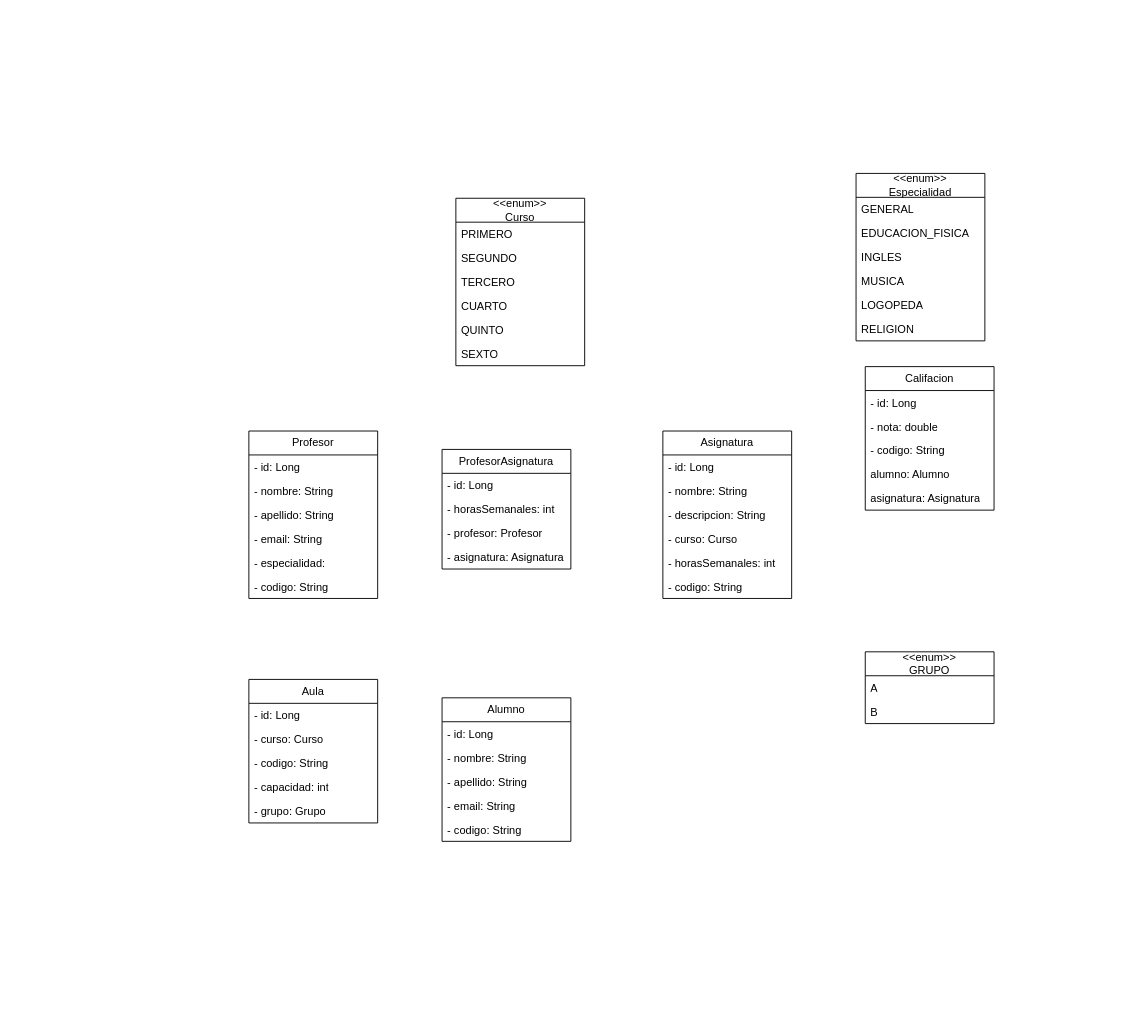
This is UML.drawio from guille463/AulaNet, a draw.io file, before an edit. Source tidied: cells renumbered, new cells numbered last; positions are measured from the earlier drawing's top-left corner, leaving out a move shared by most shapes. Both pictures are drawn from the tidied source at 92%, with x=0, y=0 at pixel (248, 173).
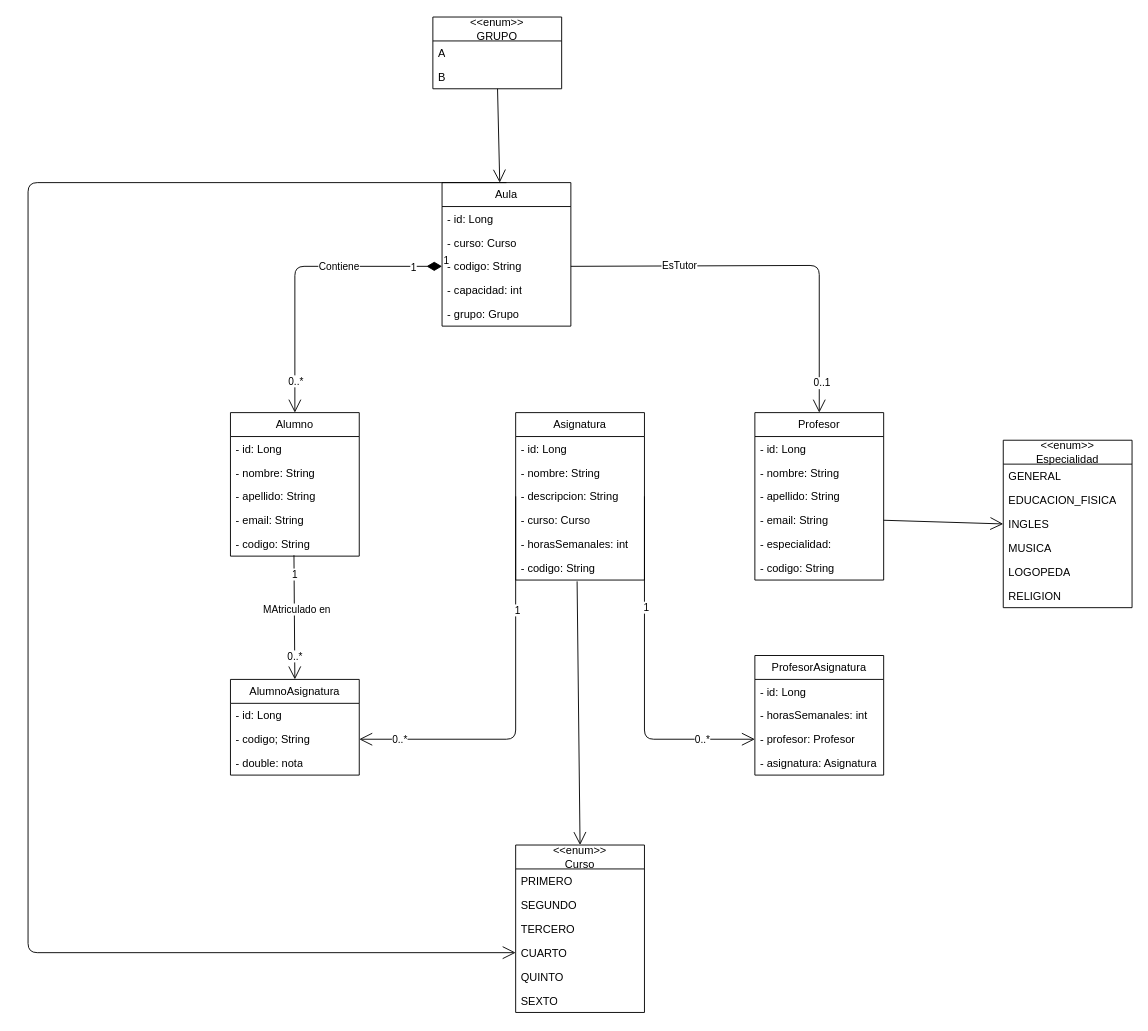
Above is the later version.

Commit message (it also covers changes not shown here):
refact: UML

The change refers to these unchanged cells:
```xml
<mxCell id="7" value="&lt;span style=&quot;color: rgb(0, 0, 0);&quot;&gt;- codigo: String&lt;/span&gt;" style="text;strokeColor=none;fillColor=none;align=left;verticalAlign=top;spacingLeft=4;spacingRight=4;overflow=hidden;points=[[0,0.5],[1,0.5]];portConstraint=eastwest;whiteSpace=wrap;html=1;" parent="2" vertex="1">
  <mxGeometry y="130" width="140" height="26" as="geometry" />
</mxCell>
<mxCell id="12" value="- email: String" style="text;strokeColor=none;fillColor=none;align=left;verticalAlign=top;spacingLeft=4;spacingRight=4;overflow=hidden;points=[[0,0.5],[1,0.5]];portConstraint=eastwest;whiteSpace=wrap;html=1;" parent="8" vertex="1">
  <mxGeometry y="104" width="140" height="26" as="geometry" />
</mxCell>
<mxCell id="18" value="- descripcion: String" style="text;strokeColor=none;fillColor=none;align=left;verticalAlign=top;spacingLeft=4;spacingRight=4;overflow=hidden;points=[[0,0.5],[1,0.5]];portConstraint=eastwest;whiteSpace=wrap;html=1;" parent="15" vertex="1">
  <mxGeometry y="78" width="140" height="26" as="geometry" />
</mxCell>
<mxCell id="21" value="&lt;span style=&quot;color: rgb(0, 0, 0);&quot;&gt;- codigo: String&lt;/span&gt;" style="text;strokeColor=none;fillColor=none;align=left;verticalAlign=top;spacingLeft=4;spacingRight=4;overflow=hidden;points=[[0,0.5],[1,0.5]];portConstraint=eastwest;whiteSpace=wrap;html=1;" parent="15" vertex="1">
  <mxGeometry y="156" width="140" height="26" as="geometry" />
</mxCell>
<mxCell id="31" value="- profesor: Profesor" style="text;strokeColor=none;fillColor=none;align=left;verticalAlign=top;spacingLeft=4;spacingRight=4;overflow=hidden;points=[[0,0.5],[1,0.5]];portConstraint=eastwest;whiteSpace=wrap;html=1;" parent="28" vertex="1">
  <mxGeometry y="78" width="140" height="26" as="geometry" />
</mxCell>
<mxCell id="36" value="&lt;span style=&quot;color: rgb(0, 0, 0);&quot;&gt;- codigo: String&lt;/span&gt;" style="text;strokeColor=none;fillColor=none;align=left;verticalAlign=top;spacingLeft=4;spacingRight=4;overflow=hidden;points=[[0,0.5],[1,0.5]];portConstraint=eastwest;whiteSpace=wrap;html=1;" parent="33" vertex="1">
  <mxGeometry y="78" width="140" height="26" as="geometry" />
</mxCell>
<mxCell id="42" value="INGLES           " style="text;strokeColor=none;fillColor=none;align=left;verticalAlign=top;spacingLeft=4;spacingRight=4;overflow=hidden;points=[[0,0.5],[1,0.5]];portConstraint=eastwest;whiteSpace=wrap;html=1;" parent="39" vertex="1">
  <mxGeometry y="78" width="140" height="26" as="geometry" />
</mxCell>
<mxCell id="50" value="CUARTO                      " style="text;strokeColor=none;fillColor=none;align=left;verticalAlign=top;spacingLeft=4;spacingRight=4;overflow=hidden;points=[[0,0.5],[1,0.5]];portConstraint=eastwest;whiteSpace=wrap;html=1;" parent="46" vertex="1">
  <mxGeometry y="104" width="140" height="26" as="geometry" />
</mxCell>
<mxCell id="55" value="B                           " style="text;strokeColor=none;fillColor=none;align=left;verticalAlign=top;spacingLeft=4;spacingRight=4;overflow=hidden;points=[[0,0.5],[1,0.5]];portConstraint=eastwest;whiteSpace=wrap;html=1;" parent="53" vertex="1">
  <mxGeometry y="52" width="140" height="26" as="geometry" />
</mxCell>
```

Change to the diagram source:
```diff
@@
     <mxCell id="2" value="Alumno" style="swimlane;fontStyle=0;horizontal=1;startSize=26;fillColor=none;whiteSpace=wrap;html=1;" parent="1" vertex="1">
-      <mxGeometry x="210" y="570" width="140" height="156" as="geometry" />
+      <mxGeometry x="-20" y="260" width="140" height="156" as="geometry" />
     </mxCell>
@@
     <mxCell id="8" value="Profesor" style="swimlane;fontStyle=0;horizontal=1;startSize=26;fillColor=none;whiteSpace=wrap;html=1;" parent="1" vertex="1">
-      <mxGeometry y="280" width="140" height="182" as="geometry" />
+      <mxGeometry x="550" y="260" width="140" height="182" as="geometry" />
     </mxCell>
@@
     <mxCell id="15" value="Asignatura" style="swimlane;fontStyle=0;horizontal=1;startSize=26;fillColor=none;whiteSpace=wrap;html=1;" parent="1" vertex="1">
-      <mxGeometry x="450" y="280" width="140" height="182" as="geometry" />
+      <mxGeometry x="290" y="260" width="140" height="182" as="geometry" />
     </mxCell>
@@
-    <mxCell id="22" value="Califacion" style="swimlane;fontStyle=0;horizontal=1;startSize=26;fillColor=none;whiteSpace=wrap;html=1;" parent="1" vertex="1">
-      <mxGeometry x="670" y="210" width="140" height="156" as="geometry" />
-    </mxCell>
-    <mxCell id="23" value="- id: Long" style="text;strokeColor=none;fillColor=none;align=left;verticalAlign=top;spacingLeft=4;spacingRight=4;overflow=hidden;whiteSpace=wrap;html=1;" parent="22" vertex="1">
-      <mxGeometry y="26" width="140" height="26" as="geometry" />
-    </mxCell>
-    <mxCell id="24" value="- nota: double" style="text;strokeColor=none;fillColor=none;align=left;verticalAlign=top;spacingLeft=4;spacingRight=4;overflow=hidden;whiteSpace=wrap;html=1;" parent="22" vertex="1">
-      <mxGeometry y="52" width="140" height="26" as="geometry" />
-    </mxCell>
-    <mxCell id="25" value="&lt;span style=&quot;color: rgb(0, 0, 0);&quot;&gt;- codigo: String&lt;/span&gt;" style="text;strokeColor=none;fillColor=none;align=left;verticalAlign=top;spacingLeft=4;spacingRight=4;overflow=hidden;whiteSpace=wrap;html=1;" parent="22" vertex="1">
-      <mxGeometry y="78" width="140" height="26" as="geometry" />
-    </mxCell>
-    <mxCell id="26" value="&lt;span style=&quot;color: rgb(0, 0, 0);&quot;&gt;alumno: Alumno&lt;/span&gt;" style="text;strokeColor=none;fillColor=none;align=left;verticalAlign=top;spacingLeft=4;spacingRight=4;overflow=hidden;whiteSpace=wrap;html=1;" parent="22" vertex="1">
-      <mxGeometry y="104" width="140" height="26" as="geometry" />
-    </mxCell>
-    <mxCell id="27" value="&lt;span style=&quot;color: rgb(0, 0, 0);&quot;&gt;asignatura: Asignatura&lt;/span&gt;" style="text;strokeColor=none;fillColor=none;align=left;verticalAlign=top;spacingLeft=4;spacingRight=4;overflow=hidden;whiteSpace=wrap;html=1;" parent="22" vertex="1">
-      <mxGeometry y="130" width="140" height="26" as="geometry" />
-    </mxCell>
     <mxCell id="28" value="ProfesorAsignatura" style="swimlane;fontStyle=0;horizontal=1;startSize=26;fillColor=none;whiteSpace=wrap;html=1;" parent="1" vertex="1">
-      <mxGeometry x="210" y="300" width="140" height="130" as="geometry" />
+      <mxGeometry x="550" y="524" width="140" height="130" as="geometry" />
     </mxCell>
@@
     <mxCell id="33" value="Aula" style="swimlane;fontStyle=0;horizontal=1;startSize=26;fillColor=none;whiteSpace=wrap;html=1;" parent="1" vertex="1">
-      <mxGeometry y="550" width="140" height="156" as="geometry" />
+      <mxGeometry x="210" y="10" width="140" height="156" as="geometry" />
     </mxCell>
@@
     <mxCell id="39" value="&amp;lt;&amp;lt;enum&amp;gt;&amp;gt;&lt;div&gt;Especialidad&lt;/div&gt;" style="swimlane;fontStyle=0;horizontal=1;startSize=26;fillColor=none;whiteSpace=wrap;html=1;" parent="1" vertex="1">
-      <mxGeometry x="660" width="140" height="182" as="geometry" />
+      <mxGeometry x="820" y="290" width="140" height="182" as="geometry" />
     </mxCell>
@@
     <mxCell id="46" value="&amp;lt;&amp;lt;enum&amp;gt;&amp;gt;&lt;div&gt;Curso          &lt;/div&gt;" style="swimlane;fontStyle=0;horizontal=1;startSize=26;fillColor=none;whiteSpace=wrap;html=1;" parent="1" vertex="1">
-      <mxGeometry x="225" y="27" width="140" height="182" as="geometry" />
+      <mxGeometry x="290" y="730" width="140" height="182" as="geometry" />
     </mxCell>
@@
     <mxCell id="53" value="&amp;lt;&amp;lt;enum&amp;gt;&amp;gt;&lt;div&gt;GRUPO&lt;/div&gt;" style="swimlane;fontStyle=0;horizontal=1;startSize=26;fillColor=none;whiteSpace=wrap;html=1;" parent="1" vertex="1">
-      <mxGeometry x="670" y="520" width="140" height="78" as="geometry" />
+      <mxGeometry x="200" y="-170" width="140" height="78" as="geometry" />
     </mxCell>
@@
+    <mxCell id="56" value="AlumnoAsignatura" style="swimlane;fontStyle=0;horizontal=1;startSize=26;fillColor=none;whiteSpace=wrap;html=1;" parent="1" vertex="1">
+      <mxGeometry x="-20" y="550" width="140" height="104" as="geometry" />
+    </mxCell>
+    <mxCell id="23" value="- id: Long" style="text;strokeColor=none;fillColor=none;align=left;verticalAlign=top;spacingLeft=4;spacingRight=4;overflow=hidden;whiteSpace=wrap;html=1;" parent="56" vertex="1">
+      <mxGeometry y="26" width="140" height="26" as="geometry" />
+    </mxCell>
+    <mxCell id="57" value="- codigo; String" style="text;strokeColor=none;fillColor=none;align=left;verticalAlign=top;spacingLeft=4;spacingRight=4;overflow=hidden;points=[[0,0.5],[1,0.5]];portConstraint=eastwest;whiteSpace=wrap;html=1;" parent="56" vertex="1">
+      <mxGeometry y="52" width="140" height="26" as="geometry" />
+    </mxCell>
+    <mxCell id="58" value="- double: nota" style="text;strokeColor=none;fillColor=none;align=left;verticalAlign=top;spacingLeft=4;spacingRight=4;overflow=hidden;whiteSpace=wrap;html=1;" parent="56" vertex="1">
+      <mxGeometry y="78" width="140" height="26" as="geometry" />
+    </mxCell>
+    <mxCell id="59" value="1" style="endArrow=open;html=1;endSize=12;startArrow=diamondThin;startSize=14;startFill=1;edgeStyle=orthogonalEdgeStyle;align=left;verticalAlign=bottom;exitX=0;exitY=0.5;exitDx=0;exitDy=0;entryX=0.5;entryY=0;entryDx=0;entryDy=0;" parent="1" edge="1" source="36" target="2">
+      <mxGeometry x="-1" y="3" relative="1" as="geometry" />
+    </mxCell>
+    <mxCell id="60" value="0..*" style="edgeLabel;html=1;align=center;verticalAlign=middle;" parent="59" vertex="1">
+      <mxGeometry x="0.78" relative="1" as="geometry" />
+    </mxCell>
+    <mxCell id="61" value="1" style="edgeLabel;html=1;align=center;verticalAlign=middle;" parent="59" vertex="1">
+      <mxGeometry x="-0.8" y="1" relative="1" as="geometry" />
+    </mxCell>
+    <mxCell id="62" value="Contiene" style="edgeLabel;html=1;align=center;verticalAlign=middle;" parent="59" vertex="1">
+      <mxGeometry x="-0.29" relative="1" as="geometry" />
+    </mxCell>
+    <mxCell id="63" style="endArrow=open;endFill=1;endSize=12;html=1;entryX=0.5;entryY=0;entryDx=0;entryDy=0;exitX=0.493;exitY=0.962;exitDx=0;exitDy=0;exitPerimeter=0;" parent="1" edge="1" source="7" target="56">
+      <mxGeometry relative="1" as="geometry" />
+    </mxCell>
+    <mxCell id="64" value="1" style="edgeLabel;html=1;align=center;verticalAlign=middle;" parent="63" vertex="1">
+      <mxGeometry x="-0.7" relative="1" as="geometry" />
+    </mxCell>
+    <mxCell id="65" value="0..*" style="edgeLabel;html=1;align=center;verticalAlign=middle;" parent="63" vertex="1">
+      <mxGeometry x="0.61" relative="1" as="geometry" />
+    </mxCell>
+    <mxCell id="66" value="MAtriculado en" style="edgeLabel;html=1;align=center;verticalAlign=middle;" parent="63" vertex="1">
+      <mxGeometry x="-0.13" y="2" relative="1" as="geometry" />
+    </mxCell>
+    <mxCell id="67" style="endArrow=open;endFill=1;endSize=12;html=1;exitX=1;exitY=0.5;exitDx=0;exitDy=0;entryX=0.5;entryY=0;entryDx=0;entryDy=0;" parent="1" edge="1" source="36" target="8">
+      <mxGeometry relative="1" as="geometry">
+        <Array as="points">
+          <mxPoint x="620" y="100" />
+        </Array>
+      </mxGeometry>
+    </mxCell>
+    <mxCell id="68" value="0..1" style="edgeLabel;html=1;align=center;verticalAlign=middle;" parent="67" vertex="1">
+      <mxGeometry x="0.85" y="2" relative="1" as="geometry" />
+    </mxCell>
+    <mxCell id="69" value="EsTutor" style="edgeLabel;html=1;align=center;verticalAlign=middle;" parent="67" vertex="1">
+      <mxGeometry x="-0.45" y="1" relative="1" as="geometry" />
+    </mxCell>
+    <mxCell id="70" style="endArrow=open;endFill=1;endSize=12;html=1;entryX=1;entryY=0.5;entryDx=0;entryDy=0;exitX=0;exitY=0.5;exitDx=0;exitDy=0;" parent="1" edge="1" source="18" target="57">
+      <mxGeometry relative="1" as="geometry">
+        <Array as="points">
+          <mxPoint x="290" y="615" />
+        </Array>
+      </mxGeometry>
+    </mxCell>
+    <mxCell id="71" value="1" style="edgeLabel;html=1;align=center;verticalAlign=middle;" parent="70" vertex="1">
+      <mxGeometry x="-0.43" y="1" relative="1" as="geometry">
+        <mxPoint y="-1" as="offset" />
+      </mxGeometry>
+    </mxCell>
+    <mxCell id="72" value="0..*" style="edgeLabel;html=1;align=center;verticalAlign=middle;" parent="70" vertex="1">
+      <mxGeometry x="0.8" relative="1" as="geometry" />
+    </mxCell>
+    <mxCell id="73" style="endArrow=open;endFill=1;endSize=12;html=1;entryX=0;entryY=0.5;entryDx=0;entryDy=0;exitX=1;exitY=0.5;exitDx=0;exitDy=0;" parent="1" edge="1" source="18" target="31">
+      <mxGeometry relative="1" as="geometry">
+        <Array as="points">
+          <mxPoint x="430" y="615" />
+        </Array>
+      </mxGeometry>
+    </mxCell>
+    <mxCell id="74" value="1" style="edgeLabel;html=1;align=center;verticalAlign=middle;" parent="73" vertex="1">
+      <mxGeometry x="-0.37" y="1" relative="1" as="geometry">
+        <mxPoint y="-1" as="offset" />
+      </mxGeometry>
+    </mxCell>
+    <mxCell id="75" value="0..*" style="edgeLabel;html=1;align=center;verticalAlign=middle;" parent="73" vertex="1">
+      <mxGeometry x="0.7" relative="1" as="geometry" />
+    </mxCell>
+    <mxCell id="76" style="endArrow=open;endFill=1;endSize=12;html=1;exitX=0.5;exitY=0;exitDx=0;exitDy=0;entryX=0;entryY=0.5;entryDx=0;entryDy=0;" parent="1" edge="1" source="33" target="50">
+      <mxGeometry relative="1" as="geometry">
+        <Array as="points">
+          <mxPoint x="-240" y="10" />
+          <mxPoint x="-240" y="847" />
+        </Array>
+      </mxGeometry>
+    </mxCell>
+    <mxCell id="77" style="endArrow=open;endFill=1;endSize=12;html=1;entryX=0.5;entryY=0;entryDx=0;entryDy=0;exitX=0.477;exitY=1.054;exitDx=0;exitDy=0;exitPerimeter=0;" parent="1" edge="1" source="21" target="46">
+      <mxGeometry relative="1" as="geometry" />
+    </mxCell>
+    <mxCell id="78" style="endArrow=open;endFill=1;endSize=12;html=1;entryX=0.5;entryY=0;entryDx=0;entryDy=0;" parent="1" edge="1" source="55">
+      <mxGeometry relative="1" as="geometry">
+        <mxPoint x="272.7" y="10" as="targetPoint" />
+      </mxGeometry>
+    </mxCell>
+    <mxCell id="79" style="endArrow=open;endFill=1;endSize=12;html=1;entryX=0;entryY=0.5;entryDx=0;entryDy=0;exitX=1;exitY=0.5;exitDx=0;exitDy=0;" parent="1" edge="1" source="12" target="42">
+      <mxGeometry relative="1" as="geometry" />
+    </mxCell>
```
